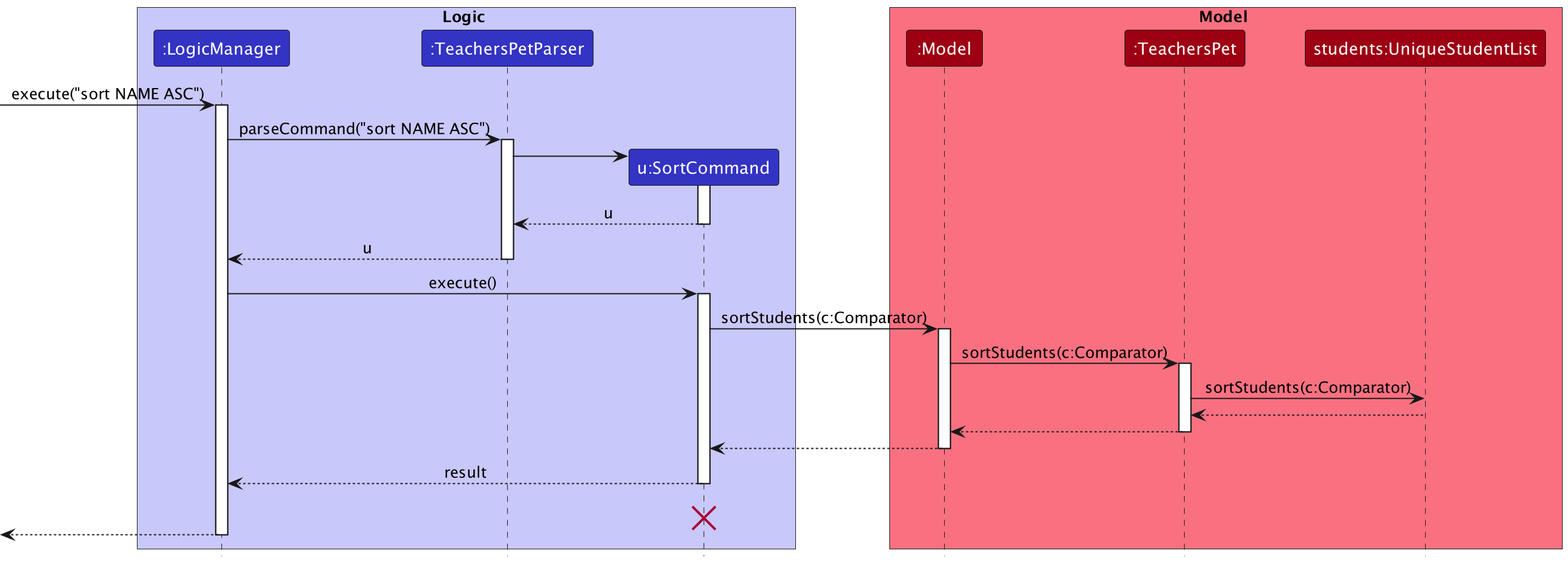
This is docs/images/DG-images/SortBySequenceDiagram.png from nus-cs2103-AY2223S1/tp, a PlantUML export, as it was before one commit. Its source is kept beside it as docs/diagrams/SortBySequenceDiagram.puml.
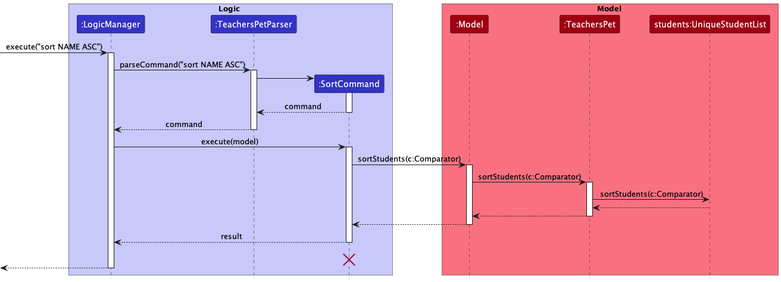
After the commit.

Diff of the diagram source:
```diff
@@ -4,7 +4,7 @@
 box Logic LOGIC_COLOR_T1
 participant ":LogicManager" as LogicManager LOGIC_COLOR
 participant ":TeachersPetParser" as TeachersPetParser LOGIC_COLOR
-participant "u:SortCommand" as SortCommand LOGIC_COLOR
+participant ":SortCommand" as SortCommand LOGIC_COLOR
 end box
 
 box Model MODEL_COLOR_T1
@@ -22,13 +22,13 @@
 TeachersPetParser -> SortCommand
 activate SortCommand
 
-SortCommand --> TeachersPetParser : u
+SortCommand --> TeachersPetParser : command
 deactivate SortCommand
 
-TeachersPetParser --> LogicManager : u
+TeachersPetParser --> LogicManager : command
 deactivate TeachersPetParser
 
-LogicManager -> SortCommand : execute()
+LogicManager -> SortCommand : execute(model)
 activate SortCommand
 
 SortCommand -> Model : sortStudents(c:Comparator)
```
